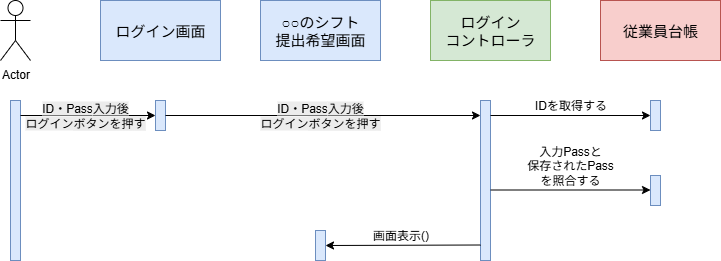
rei00125/data_structure keeps this draw.io diagram as week4/ユース1中原-シーケンス図.png. Above is the earlier version. Source tidied: cells renumbered, new cells last; positions are measured from the earlier drawing's top-left corner, leaving out a move shared by most shapes. The source it was exported from:
```xml
<mxGraphModel>
  <root>
    <mxCell id="0" />
    <mxCell id="1" parent="0" />
    <mxCell id="2" value="Actor" style="shape=umlActor;verticalLabelPosition=bottom;verticalAlign=top;html=1;" parent="1" vertex="1">
      <mxGeometry width="30" height="60" as="geometry" />
    </mxCell>
    <mxCell id="3" value="&lt;font style=&quot;font-size: 15px;&quot;&gt;ログイン画面&lt;/font&gt;" style="rounded=0;whiteSpace=wrap;html=1;fillColor=#dae8fc;strokeColor=#6c8ebf;" parent="1" vertex="1">
      <mxGeometry x="100" width="120" height="60" as="geometry" />
    </mxCell>
    <mxCell id="4" style="rounded=0;whiteSpace=wrap;html=1;fillColor=#dae8fc;strokeColor=#6c8ebf;" parent="1" vertex="1">
      <mxGeometry x="10" y="100" width="10" height="160" as="geometry" />
    </mxCell>
    <mxCell id="5" value="&lt;font style=&quot;font-size: 15px;&quot;&gt;○○のシフト&lt;/font&gt;&lt;div&gt;&lt;font style=&quot;font-size: 15px;&quot;&gt;提出希望画面&lt;/font&gt;&lt;/div&gt;" style="rounded=0;whiteSpace=wrap;html=1;fillColor=#dae8fc;strokeColor=#6c8ebf;" parent="1" vertex="1">
      <mxGeometry x="260" width="120" height="60" as="geometry" />
    </mxCell>
    <mxCell id="6" value="&lt;font style=&quot;font-size: 15px;&quot;&gt;従業員台帳&lt;/font&gt;" style="rounded=0;whiteSpace=wrap;html=1;fillColor=#f8cecc;strokeColor=#b85450;" parent="1" vertex="1">
      <mxGeometry x="600" width="120" height="60" as="geometry" />
    </mxCell>
    <mxCell id="7" value="&lt;span style=&quot;font-size: 15px;&quot;&gt;ログイン&lt;/span&gt;&lt;div&gt;&lt;span style=&quot;font-size: 15px;&quot;&gt;コントローラ&lt;/span&gt;&lt;/div&gt;" style="rounded=0;whiteSpace=wrap;html=1;fillColor=#d5e8d4;strokeColor=#82b366;" parent="1" vertex="1">
      <mxGeometry x="430" width="120" height="60" as="geometry" />
    </mxCell>
    <mxCell id="8" style="rounded=0;whiteSpace=wrap;html=1;fillColor=#dae8fc;strokeColor=#6c8ebf;" parent="1" vertex="1">
      <mxGeometry x="480" y="100" width="10" height="160" as="geometry" />
    </mxCell>
    <mxCell id="9" style="rounded=0;whiteSpace=wrap;html=1;fillColor=#dae8fc;strokeColor=#6c8ebf;" parent="1" vertex="1">
      <mxGeometry x="650" y="100" width="10" height="30" as="geometry" />
    </mxCell>
    <mxCell id="10" style="endArrow=classic;html=1;rounded=0;entryX=0;entryY=0.5;entryDx=0;entryDy=0;" parent="1" edge="1" target="9">
      <mxGeometry relative="1" as="geometry">
        <mxPoint x="490" y="115" as="sourcePoint" />
      </mxGeometry>
    </mxCell>
    <mxCell id="11" value="IDを取得する" style="text;html=1;align=center;verticalAlign=middle;strokeColor=none;fillColor=none;" parent="1" vertex="1">
      <mxGeometry x="520" y="90" width="100" height="30" as="geometry" />
    </mxCell>
    <mxCell id="12" style="endArrow=classic;html=1;rounded=0;entryX=0;entryY=0.5;entryDx=0;entryDy=0;" parent="1" edge="1" target="13">
      <mxGeometry relative="1" as="geometry">
        <mxPoint x="20" y="115" as="sourcePoint" />
      </mxGeometry>
    </mxCell>
    <mxCell id="13" style="rounded=0;whiteSpace=wrap;html=1;fillColor=#dae8fc;strokeColor=#6c8ebf;" parent="1" vertex="1">
      <mxGeometry x="155" y="100" width="10" height="30" as="geometry" />
    </mxCell>
    <mxCell id="14" style="endArrow=classic;html=1;rounded=0;exitX=1;exitY=0.5;exitDx=0;exitDy=0;" parent="1" edge="1" source="13">
      <mxGeometry relative="1" as="geometry">
        <mxPoint x="480" y="115" as="targetPoint" />
      </mxGeometry>
    </mxCell>
    <mxCell id="15" value="&lt;span style=&quot;background-color: rgb(236, 236, 236);&quot;&gt;ID・Pass&lt;/span&gt;&lt;span style=&quot;background-color: light-dark(rgb(236, 236, 236), rgb(34, 34, 34)); color: light-dark(rgb(0, 0, 0), rgb(255, 255, 255));&quot;&gt;入力後&lt;/span&gt;&lt;div style=&quot;background-color: rgb(236, 236, 236);&quot;&gt;&lt;span style=&quot;background-color: transparent; color: light-dark(rgb(0, 0, 0), rgb(255, 255, 255));&quot;&gt;ログイン&lt;/span&gt;&lt;span style=&quot;background-color: light-dark(rgb(236, 236, 236), rgb(34, 34, 34)); color: light-dark(rgb(0, 0, 0), rgb(255, 255, 255));&quot;&gt;ボタンを押す&lt;/span&gt;&lt;/div&gt;" style="text;html=1;align=center;verticalAlign=middle;whiteSpace=wrap;rounded=0;" parent="1" vertex="1">
      <mxGeometry y="100" width="170" height="30" as="geometry" />
    </mxCell>
    <mxCell id="16" value="&lt;span style=&quot;background-color: rgb(236, 236, 236);&quot;&gt;ID・Pass&lt;/span&gt;&lt;span style=&quot;background-color: light-dark(rgb(236, 236, 236), rgb(34, 34, 34)); color: light-dark(rgb(0, 0, 0), rgb(255, 255, 255));&quot;&gt;入力後&lt;/span&gt;&lt;div style=&quot;background-color: rgb(236, 236, 236);&quot;&gt;&lt;span style=&quot;background-color: transparent; color: light-dark(rgb(0, 0, 0), rgb(255, 255, 255));&quot;&gt;ログイン&lt;/span&gt;&lt;span style=&quot;background-color: light-dark(rgb(236, 236, 236), rgb(34, 34, 34)); color: light-dark(rgb(0, 0, 0), rgb(255, 255, 255));&quot;&gt;ボタンを押す&lt;/span&gt;&lt;/div&gt;" style="text;html=1;align=center;verticalAlign=middle;whiteSpace=wrap;rounded=0;" parent="1" vertex="1">
      <mxGeometry x="235" y="100" width="170" height="30" as="geometry" />
    </mxCell>
    <mxCell id="17" style="rounded=0;whiteSpace=wrap;html=1;fillColor=#dae8fc;strokeColor=#6c8ebf;" parent="1" vertex="1">
      <mxGeometry x="315" y="230" width="10" height="30" as="geometry" />
    </mxCell>
    <mxCell id="18" style="rounded=0;whiteSpace=wrap;html=1;fillColor=#dae8fc;strokeColor=#6c8ebf;" parent="1" vertex="1">
      <mxGeometry x="650" y="100" width="10" height="30" as="geometry" />
    </mxCell>
    <mxCell id="19" style="rounded=0;whiteSpace=wrap;html=1;fillColor=#dae8fc;strokeColor=#6c8ebf;" parent="1" vertex="1">
      <mxGeometry x="650" y="175" width="10" height="30" as="geometry" />
    </mxCell>
    <mxCell id="20" style="endArrow=classic;html=1;rounded=0;entryX=0;entryY=0.5;entryDx=0;entryDy=0;" parent="1" edge="1">
      <mxGeometry relative="1" as="geometry">
        <mxPoint x="490" y="189.5" as="sourcePoint" />
        <mxPoint x="650" y="189.5" as="targetPoint" />
      </mxGeometry>
    </mxCell>
    <mxCell id="21" value="&lt;div&gt;入力Passと&lt;/div&gt;&lt;div&gt;保存されたPass&lt;/div&gt;&lt;div&gt;を照合する&lt;/div&gt;" style="text;html=1;align=center;verticalAlign=middle;whiteSpace=wrap;rounded=0;" parent="1" vertex="1">
      <mxGeometry x="485" y="150" width="170" height="30" as="geometry" />
    </mxCell>
    <mxCell id="22" style="endArrow=classic;html=1;rounded=0;entryX=1;entryY=0.5;entryDx=0;entryDy=0;" parent="1" edge="1" target="17">
      <mxGeometry relative="1" as="geometry">
        <mxPoint x="480" y="244.5" as="sourcePoint" />
      </mxGeometry>
    </mxCell>
    <mxCell id="23" value="画面表示()" style="text;html=1;align=center;verticalAlign=middle;strokeColor=none;fillColor=none;" parent="1" vertex="1">
      <mxGeometry x="360" y="220" width="80" height="30" as="geometry" />
    </mxCell>
  </root>
</mxGraphModel>
```
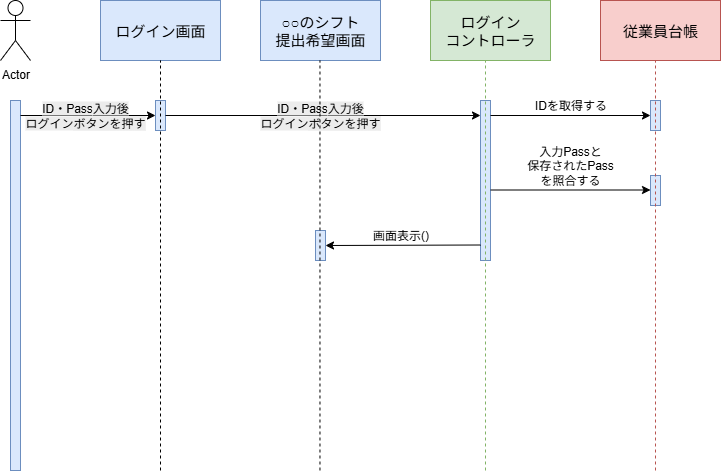
After the commit.

Commit message:
シーケンス図を変更しました。

The edit, as a diff of the source:
```diff
@@ -8,9 +8,9 @@
     <mxCell id="3" value="&lt;font style=&quot;font-size: 15px;&quot;&gt;ログイン画面&lt;/font&gt;" style="rounded=0;whiteSpace=wrap;html=1;fillColor=#dae8fc;strokeColor=#6c8ebf;" parent="1" vertex="1">
       <mxGeometry x="100" width="120" height="60" as="geometry" />
     </mxCell>
-    <mxCell id="4" style="rounded=0;whiteSpace=wrap;html=1;fillColor=#dae8fc;strokeColor=#6c8ebf;" parent="1" vertex="1">
-      <mxGeometry x="10" y="100" width="10" height="160" as="geometry" />
-    </mxCell>
+    <mxCell id="24" style="rounded=0;whiteSpace=wrap;html=1;fillColor=#dae8fc;strokeColor=#6c8ebf;" parent="1" vertex="1">
+      <mxGeometry x="10" y="100" width="10" height="370" as="geometry" />
+    </mxCell>
     <mxCell id="5" value="&lt;font style=&quot;font-size: 15px;&quot;&gt;○○のシフト&lt;/font&gt;&lt;div&gt;&lt;font style=&quot;font-size: 15px;&quot;&gt;提出希望画面&lt;/font&gt;&lt;/div&gt;" style="rounded=0;whiteSpace=wrap;html=1;fillColor=#dae8fc;strokeColor=#6c8ebf;" parent="1" vertex="1">
       <mxGeometry x="260" width="120" height="60" as="geometry" />
     </mxCell>
@@ -23,30 +23,30 @@
     <mxCell id="8" style="rounded=0;whiteSpace=wrap;html=1;fillColor=#dae8fc;strokeColor=#6c8ebf;" parent="1" vertex="1">
       <mxGeometry x="480" y="100" width="10" height="160" as="geometry" />
     </mxCell>
-    <mxCell id="9" style="rounded=0;whiteSpace=wrap;html=1;fillColor=#dae8fc;strokeColor=#6c8ebf;" parent="1" vertex="1">
-      <mxGeometry x="650" y="100" width="10" height="30" as="geometry" />
-    </mxCell>
-    <mxCell id="10" style="endArrow=classic;html=1;rounded=0;entryX=0;entryY=0.5;entryDx=0;entryDy=0;" parent="1" edge="1" target="9">
-      <mxGeometry relative="1" as="geometry">
-        <mxPoint x="490" y="115" as="sourcePoint" />
-      </mxGeometry>
-    </mxCell>
+    <mxCell id="25" style="rounded=0;whiteSpace=wrap;html=1;fillColor=#dae8fc;strokeColor=#6c8ebf;" parent="1" vertex="1">
+      <mxGeometry x="650" y="100" width="10" height="30" as="geometry" />
+    </mxCell>
+    <mxCell id="26" style="endArrow=classic;html=1;rounded=0;entryX=0;entryY=0.5;entryDx=0;entryDy=0;" parent="1" edge="1" target="25">
+      <mxGeometry relative="1" as="geometry">
+        <mxPoint x="490" y="115" as="sourcePoint" />
+      </mxGeometry>
+    </mxCell>
     <mxCell id="11" value="IDを取得する" style="text;html=1;align=center;verticalAlign=middle;strokeColor=none;fillColor=none;" parent="1" vertex="1">
       <mxGeometry x="520" y="90" width="100" height="30" as="geometry" />
     </mxCell>
-    <mxCell id="12" style="endArrow=classic;html=1;rounded=0;entryX=0;entryY=0.5;entryDx=0;entryDy=0;" parent="1" edge="1" target="13">
-      <mxGeometry relative="1" as="geometry">
-        <mxPoint x="20" y="115" as="sourcePoint" />
-      </mxGeometry>
-    </mxCell>
+    <mxCell id="27" style="endArrow=classic;html=1;rounded=0;entryX=0;entryY=0.5;entryDx=0;entryDy=0;" parent="1" edge="1" target="13">
+      <mxGeometry relative="1" as="geometry">
+        <mxPoint x="20" y="115" as="sourcePoint" />
+      </mxGeometry>
+    </mxCell>
     <mxCell id="13" style="rounded=0;whiteSpace=wrap;html=1;fillColor=#dae8fc;strokeColor=#6c8ebf;" parent="1" vertex="1">
       <mxGeometry x="155" y="100" width="10" height="30" as="geometry" />
     </mxCell>
-    <mxCell id="14" style="endArrow=classic;html=1;rounded=0;exitX=1;exitY=0.5;exitDx=0;exitDy=0;" parent="1" edge="1" source="13">
-      <mxGeometry relative="1" as="geometry">
-        <mxPoint x="480" y="115" as="targetPoint" />
-      </mxGeometry>
-    </mxCell>
+    <mxCell id="28" style="endArrow=classic;html=1;rounded=0;exitX=1;exitY=0.5;exitDx=0;exitDy=0;" parent="1" edge="1" source="13">
+      <mxGeometry relative="1" as="geometry">
+        <mxPoint x="480" y="115" as="targetPoint" />
+      </mxGeometry>
+    </mxCell>
     <mxCell id="15" value="&lt;span style=&quot;background-color: rgb(236, 236, 236);&quot;&gt;ID・Pass&lt;/span&gt;&lt;span style=&quot;background-color: light-dark(rgb(236, 236, 236), rgb(34, 34, 34)); color: light-dark(rgb(0, 0, 0), rgb(255, 255, 255));&quot;&gt;入力後&lt;/span&gt;&lt;div style=&quot;background-color: rgb(236, 236, 236);&quot;&gt;&lt;span style=&quot;background-color: transparent; color: light-dark(rgb(0, 0, 0), rgb(255, 255, 255));&quot;&gt;ログイン&lt;/span&gt;&lt;span style=&quot;background-color: light-dark(rgb(236, 236, 236), rgb(34, 34, 34)); color: light-dark(rgb(0, 0, 0), rgb(255, 255, 255));&quot;&gt;ボタンを押す&lt;/span&gt;&lt;/div&gt;" style="text;html=1;align=center;verticalAlign=middle;whiteSpace=wrap;rounded=0;" parent="1" vertex="1">
       <mxGeometry y="100" width="170" height="30" as="geometry" />
     </mxCell>
@@ -56,28 +56,52 @@
     <mxCell id="17" style="rounded=0;whiteSpace=wrap;html=1;fillColor=#dae8fc;strokeColor=#6c8ebf;" parent="1" vertex="1">
       <mxGeometry x="315" y="230" width="10" height="30" as="geometry" />
     </mxCell>
-    <mxCell id="18" style="rounded=0;whiteSpace=wrap;html=1;fillColor=#dae8fc;strokeColor=#6c8ebf;" parent="1" vertex="1">
-      <mxGeometry x="650" y="100" width="10" height="30" as="geometry" />
-    </mxCell>
+    <mxCell id="29" style="rounded=0;whiteSpace=wrap;html=1;fillColor=#dae8fc;strokeColor=#6c8ebf;" parent="1" vertex="1">
+      <mxGeometry x="650" y="100" width="10" height="30" as="geometry" />
+    </mxCell>
     <mxCell id="19" style="rounded=0;whiteSpace=wrap;html=1;fillColor=#dae8fc;strokeColor=#6c8ebf;" parent="1" vertex="1">
       <mxGeometry x="650" y="175" width="10" height="30" as="geometry" />
     </mxCell>
-    <mxCell id="20" style="endArrow=classic;html=1;rounded=0;entryX=0;entryY=0.5;entryDx=0;entryDy=0;" parent="1" edge="1">
-      <mxGeometry relative="1" as="geometry">
-        <mxPoint x="490" y="189.5" as="sourcePoint" />
-        <mxPoint x="650" y="189.5" as="targetPoint" />
-      </mxGeometry>
-    </mxCell>
+    <mxCell id="30" style="endArrow=classic;html=1;rounded=0;entryX=0;entryY=0.5;entryDx=0;entryDy=0;" parent="1" edge="1">
+      <mxGeometry relative="1" as="geometry">
+        <mxPoint x="490" y="189.5" as="sourcePoint" />
+        <mxPoint x="650" y="189.5" as="targetPoint" />
+      </mxGeometry>
+    </mxCell>
     <mxCell id="21" value="&lt;div&gt;入力Passと&lt;/div&gt;&lt;div&gt;保存されたPass&lt;/div&gt;&lt;div&gt;を照合する&lt;/div&gt;" style="text;html=1;align=center;verticalAlign=middle;whiteSpace=wrap;rounded=0;" parent="1" vertex="1">
       <mxGeometry x="485" y="150" width="170" height="30" as="geometry" />
     </mxCell>
-    <mxCell id="22" style="endArrow=classic;html=1;rounded=0;entryX=1;entryY=0.5;entryDx=0;entryDy=0;" parent="1" edge="1" target="17">
-      <mxGeometry relative="1" as="geometry">
-        <mxPoint x="480" y="244.5" as="sourcePoint" />
-      </mxGeometry>
-    </mxCell>
+    <mxCell id="31" style="endArrow=classic;html=1;rounded=0;entryX=1;entryY=0.5;entryDx=0;entryDy=0;" parent="1" edge="1" target="17">
+      <mxGeometry relative="1" as="geometry">
+        <mxPoint x="480" y="244.5" as="sourcePoint" />
+      </mxGeometry>
+    </mxCell>
     <mxCell id="23" value="画面表示()" style="text;html=1;align=center;verticalAlign=middle;strokeColor=none;fillColor=none;" parent="1" vertex="1">
       <mxGeometry x="360" y="220" width="80" height="30" as="geometry" />
     </mxCell>
+    <mxCell id="32" style="endArrow=none;dashed=1;html=1;rounded=0;" parent="1" edge="1">
+      <mxGeometry relative="1" as="geometry">
+        <mxPoint x="160" y="470" as="sourcePoint" />
+        <mxPoint x="160" y="60" as="targetPoint" />
+      </mxGeometry>
+    </mxCell>
+    <mxCell id="33" style="endArrow=none;dashed=1;html=1;rounded=0;" parent="1" edge="1">
+      <mxGeometry relative="1" as="geometry">
+        <mxPoint x="319.5" y="470" as="sourcePoint" />
+        <mxPoint x="319.5" y="60" as="targetPoint" />
+      </mxGeometry>
+    </mxCell>
+    <mxCell id="34" style="endArrow=none;dashed=1;html=1;rounded=0;fillColor=#d5e8d4;strokeColor=#82b366;" parent="1" edge="1">
+      <mxGeometry relative="1" as="geometry">
+        <mxPoint x="485" y="470" as="sourcePoint" />
+        <mxPoint x="485" y="60" as="targetPoint" />
+      </mxGeometry>
+    </mxCell>
+    <mxCell id="35" style="endArrow=none;dashed=1;html=1;rounded=0;fillColor=#f8cecc;strokeColor=#b85450;" parent="1" edge="1">
+      <mxGeometry relative="1" as="geometry">
+        <mxPoint x="655" y="470" as="sourcePoint" />
+        <mxPoint x="655" y="60" as="targetPoint" />
+      </mxGeometry>
+    </mxCell>
   </root>
 </mxGraphModel>
```
